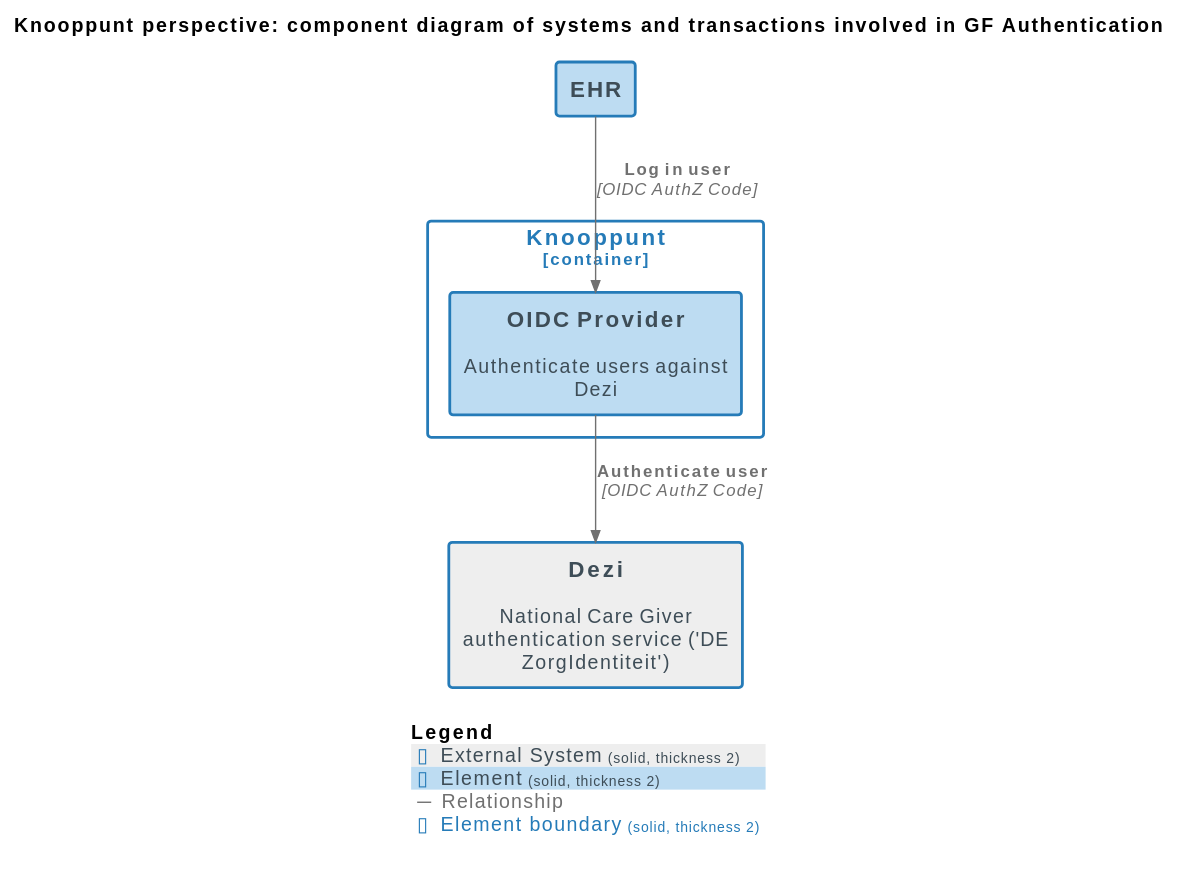
nuts-foundation/nuts-knooppunt keeps this PlantUML diagram as docs/images/structurizr-GF_Authentication_ComponentDiagram.svg. Above is the earlier version.
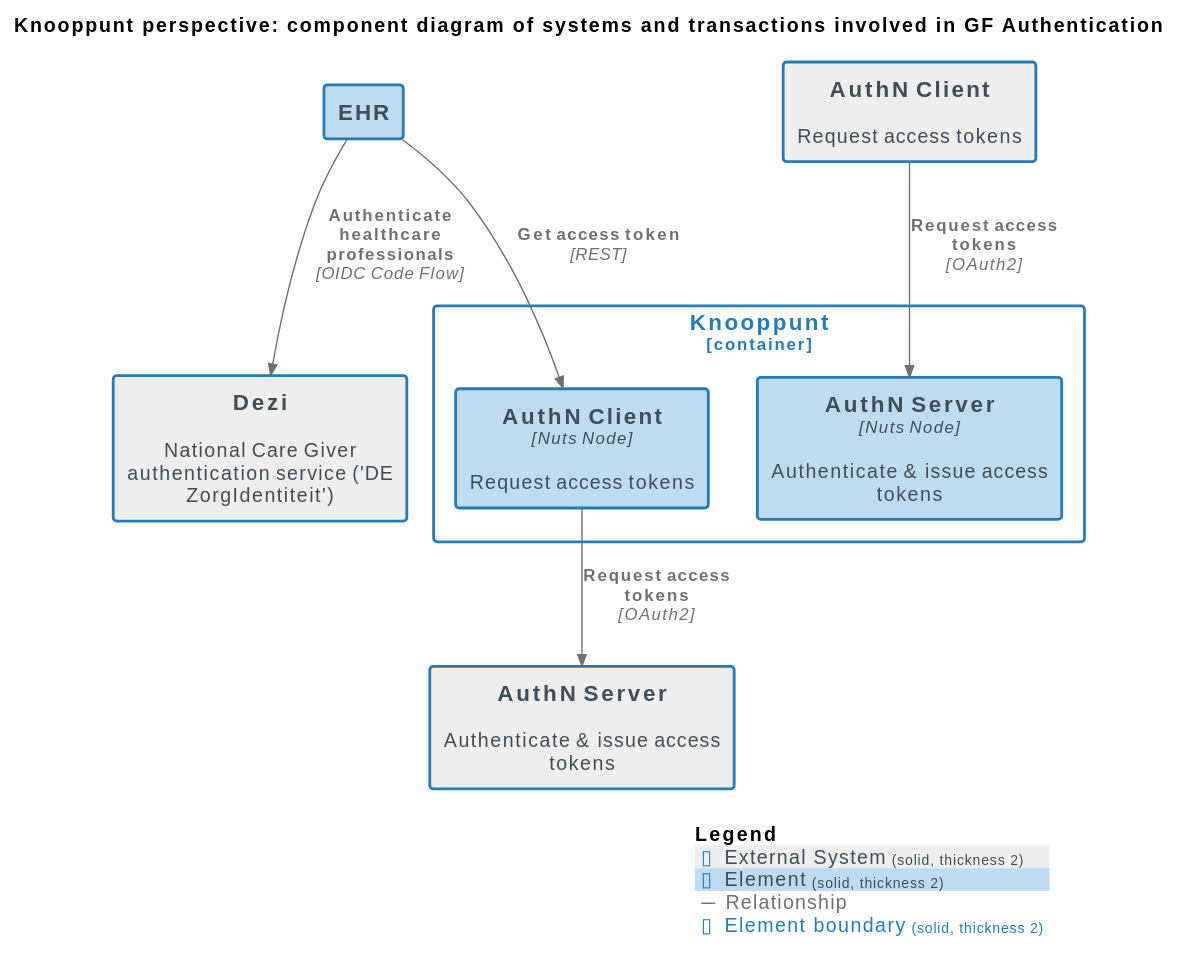
The same file after the commit.

The edit, as a diff of the source:
```diff
@@ -17,14 +17,19 @@
 AddBoundaryTag("Element", $bgColor="#ffffff", $borderColor="#257bb8", $fontColor="#257bb8", $shadowing="", $borderStyle="solid", $borderThickness="2")
 
 System(Dezi, "Dezi", $descr="National Care Giver authentication service ('DE ZorgIdentiteit')", $tags="External System", $link="")
+Container(RemoteXISimplementingGenericFunctions.AuthNServer, "AuthN Server", $techn="", $descr="Authenticate & issue access tokens", $tags="External System", $link="")
+Container(RemoteXISimplementingGenericFunctions.AuthNClient, "AuthN Client", $techn="", $descr="Request access tokens", $tags="External System", $link="")
 Container(XIS.EHR, "EHR", $techn="", $descr="", $tags="Element", $link="")
 
 Container_Boundary("XIS.Knooppunt_boundary", "Knooppunt", $tags="Element") {
-  Component(XIS.Knooppunt.OIDCProvider, "OIDC Provider", $techn="", $descr="Authenticate users against Dezi", $tags="Element", $link="")
+  Component(XIS.Knooppunt.AuthNClient, "AuthN Client", $techn="Nuts Node", $descr="Request access tokens", $tags="Element", $link="")
+  Component(XIS.Knooppunt.AuthNServer, "AuthN Server", $techn="Nuts Node", $descr="Authenticate & issue access tokens", $tags="Element", $link="")
 }
 
-Rel(XIS.EHR, XIS.Knooppunt.OIDCProvider, "Log in user", $techn="OIDC AuthZ Code", $tags="Relationship", $link="")
-Rel(XIS.Knooppunt.OIDCProvider, Dezi, "Authenticate user", $techn="OIDC AuthZ Code", $tags="Relationship", $link="")
+Rel(XIS.EHR, Dezi, "Authenticate healthcare professionals", $techn="OIDC Code Flow", $tags="Relationship", $link="")
+Rel(XIS.EHR, XIS.Knooppunt.AuthNClient, "Get access token", $techn="REST", $tags="Relationship", $link="")
+Rel(XIS.Knooppunt.AuthNClient, RemoteXISimplementingGenericFunctions.AuthNServer, "Request access tokens", $techn="OAuth2", $tags="Relationship", $link="")
+Rel(RemoteXISimplementingGenericFunctions.AuthNClient, XIS.Knooppunt.AuthNServer, "Request access tokens", $techn="OAuth2", $tags="Relationship", $link="")
 
 SHOW_LEGEND(true)
 @enduml
```
